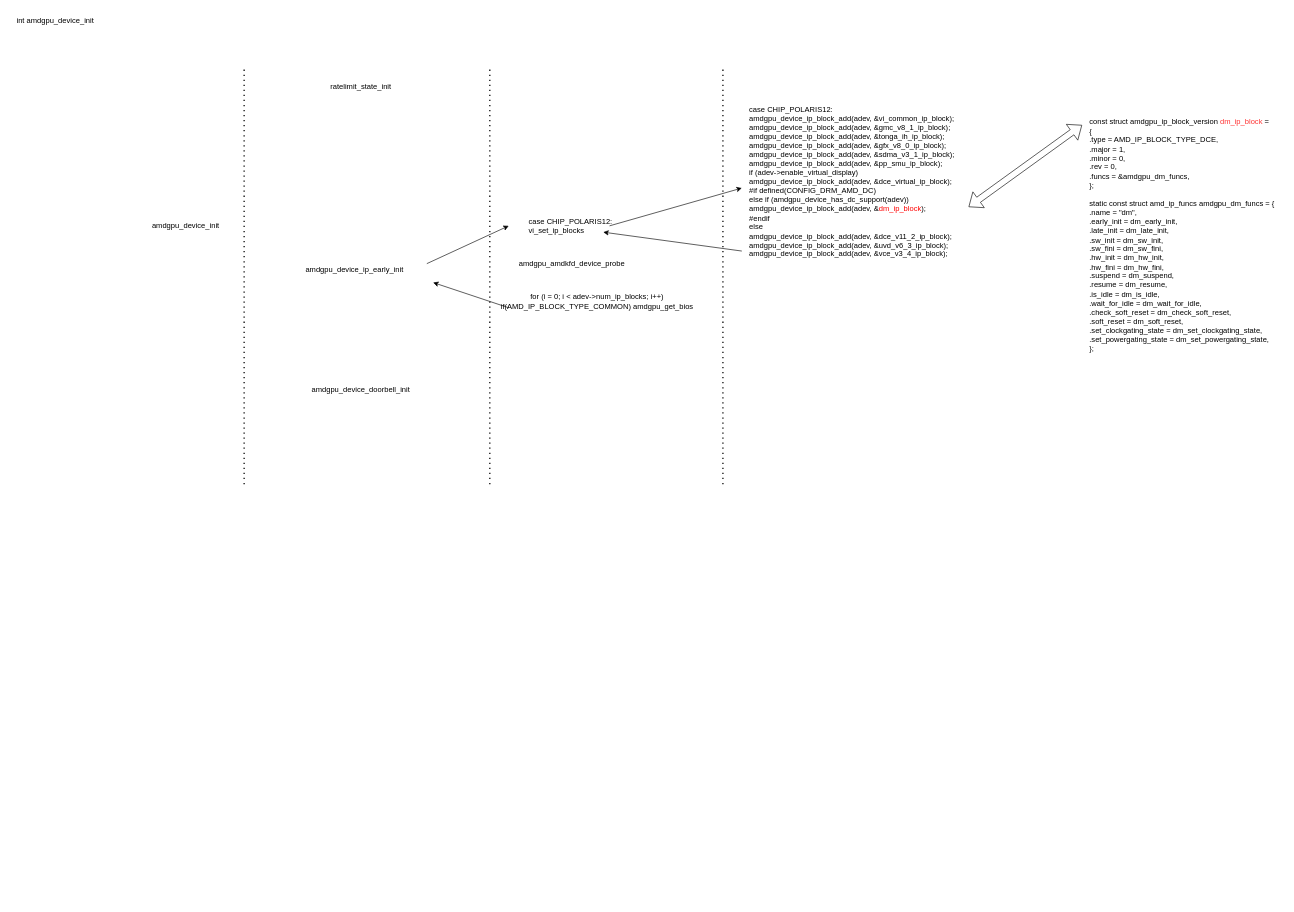
hongaoo/draw-io-files keeps this draw.io diagram as VGA compatible controller [0300]: Advanced Micro Devices, Inc. [AMD/ATI] Lexa PRO [Radeon 540/540X/550/550X / RX 540X/550/550X] [1002:699f] (rev c7).drawio. Above is the earlier version. Source tidied: cells renumbered, new cells numbered last; positions are measured from the earlier drawing's top-left corner, leaving out a move shared by most shapes. Both pictures are drawn from the tidied source at 63%, with x=0, y=0 at pixel (11, 14).
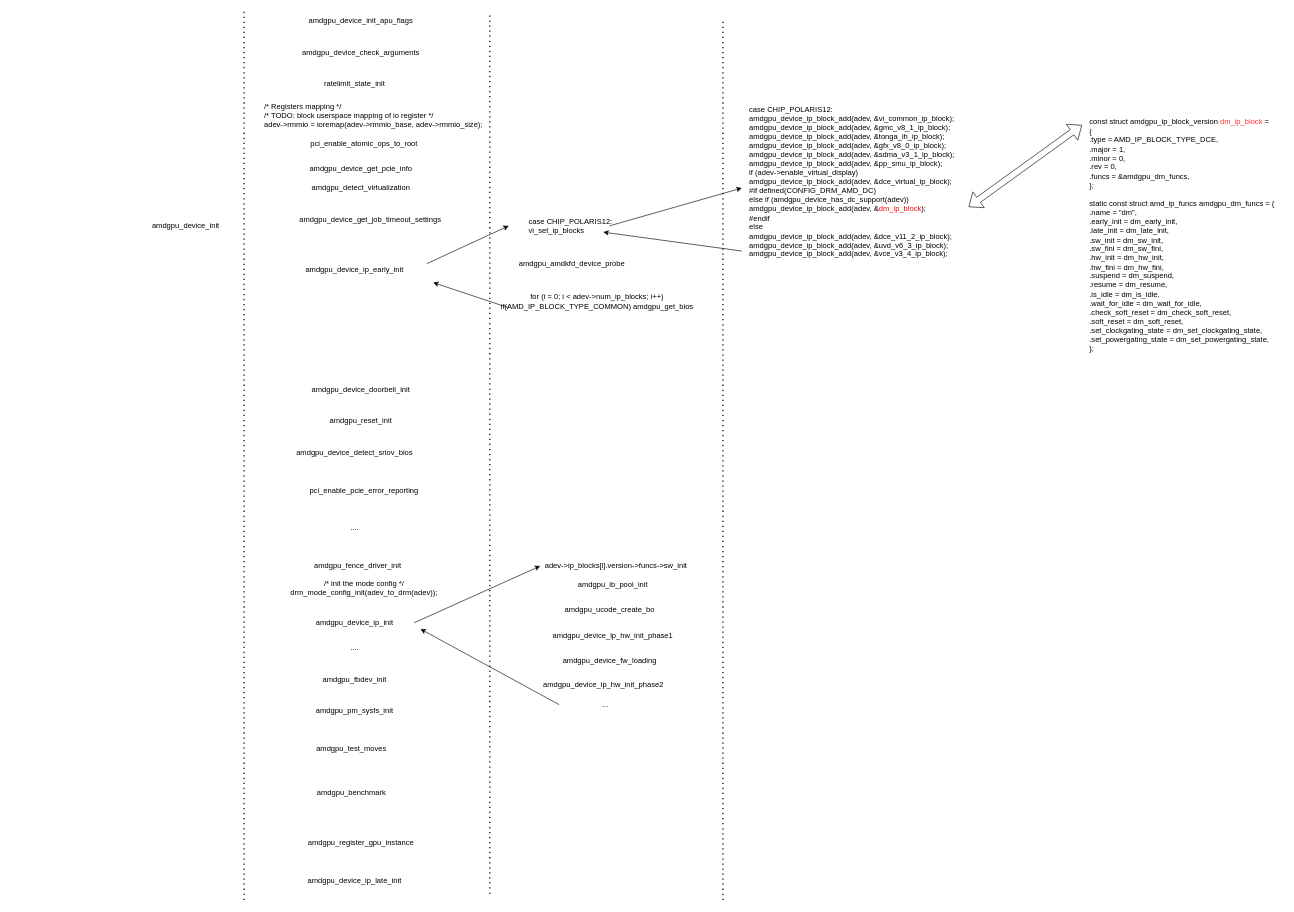
The same page after the edit.

Commit message (it also covers changes not shown here):
Update VGA compatible controller [0300]: Advanced Micro Devices, Inc. [AMD/ATI] Lexa PRO [Radeon 540/540X/550/550X / RX 540X/550/550X] [1002:699f] (rev c7).drawio

Diff of the diagram source:
```diff
@@
-    <mxCell id="2" value="int amdgpu_device_init" style="text;html=1;align=center;verticalAlign=middle;strokeColor=none;fillColor=none;" parent="1" vertex="1">
-      <mxGeometry width="140" height="20" as="geometry" />
-    </mxCell>
@@
     <mxCell id="5" value="ratelimit_state_init" style="text;html=1;align=center;verticalAlign=middle;strokeColor=none;fillColor=none;" parent="1" vertex="1">
-      <mxGeometry x="500" y="105" width="110" height="20" as="geometry" />
+      <mxGeometry x="490" y="100" width="110" height="20" as="geometry" />
     </mxCell>
@@
     <mxCell id="10" style="endArrow=none;dashed=1;html=1;dashPattern=1 3;strokeWidth=2;rounded=0;fontColor=#FF3333;" parent="1" edge="1">
       <mxGeometry relative="1" as="geometry">
-        <mxPoint x="370" y="745" as="sourcePoint" />
-        <mxPoint x="370" y="85" as="targetPoint" />
+        <mxPoint x="370" y="1405" as="sourcePoint" />
+        <mxPoint x="370" y="-5" as="targetPoint" />
       </mxGeometry>
     </mxCell>
     <mxCell id="11" style="endArrow=none;dashed=1;html=1;dashPattern=1 3;strokeWidth=2;rounded=0;fontColor=#FF3333;" parent="1" edge="1">
       <mxGeometry relative="1" as="geometry">
-        <mxPoint x="760" y="745" as="sourcePoint" />
-        <mxPoint x="760" y="85" as="targetPoint" />
+        <mxPoint x="760" y="1395" as="sourcePoint" />
+        <mxPoint x="760" y="-5" as="targetPoint" />
       </mxGeometry>
     </mxCell>
@@
     <mxCell id="19" style="endArrow=none;dashed=1;html=1;dashPattern=1 3;strokeWidth=2;rounded=0;fontColor=#FF3333;" parent="1" edge="1">
       <mxGeometry relative="1" as="geometry">
-        <mxPoint x="1130" y="745" as="sourcePoint" />
-        <mxPoint x="1130" y="85" as="targetPoint" />
+        <mxPoint x="1130" y="1405" as="sourcePoint" />
+        <mxPoint x="1130" y="5" as="targetPoint" />
       </mxGeometry>
     </mxCell>
+    <mxCell id="20" value="amdgpu_device_init_apu_flags" style="text;html=1;align=center;verticalAlign=middle;strokeColor=none;fillColor=none;fontColor=#000000;" parent="1" vertex="1">
+      <mxGeometry x="465" width="180" height="20" as="geometry" />
+    </mxCell>
+    <mxCell id="21" value="amdgpu_device_check_arguments" style="text;html=1;align=center;verticalAlign=middle;strokeColor=none;fillColor=none;fontColor=#000000;" parent="1" vertex="1">
+      <mxGeometry x="455" y="50" width="200" height="20" as="geometry" />
+    </mxCell>
+    <mxCell id="22" value="&lt;div&gt;&lt;span&gt; &lt;/span&gt;/* Registers mapping */&lt;/div&gt;&lt;div style=&quot;&quot;&gt;&lt;span&gt; &lt;/span&gt;/* TODO: block userspace mapping of io register */&lt;/div&gt;adev-&amp;gt;rmmio = ioremap(adev-&amp;gt;rmmio_base, adev-&amp;gt;rmmio_size);" style="text;html=1;align=left;verticalAlign=middle;strokeColor=none;fillColor=none;fontColor=#000000;" parent="1" vertex="1">
+      <mxGeometry x="400" y="135" width="360" height="50" as="geometry" />
+    </mxCell>
+    <mxCell id="23" value="pci_enable_atomic_ops_to_root" style="text;html=1;align=center;verticalAlign=middle;strokeColor=none;fillColor=none;fontColor=#000000;" parent="1" vertex="1">
+      <mxGeometry x="465" y="195" width="190" height="20" as="geometry" />
+    </mxCell>
+    <mxCell id="24" value="amdgpu_device_get_pcie_info" style="text;html=1;align=center;verticalAlign=middle;strokeColor=none;fillColor=none;fontColor=#000000;" parent="1" vertex="1">
+      <mxGeometry x="465" y="235" width="180" height="20" as="geometry" />
+    </mxCell>
+    <mxCell id="25" value="amdgpu_detect_virtualization" style="text;html=1;align=center;verticalAlign=middle;strokeColor=none;fillColor=none;fontColor=#000000;" parent="1" vertex="1">
+      <mxGeometry x="470" y="265" width="170" height="20" as="geometry" />
+    </mxCell>
+    <mxCell id="26" value="amdgpu_device_get_job_timeout_settings" style="text;html=1;align=center;verticalAlign=middle;strokeColor=none;fillColor=none;fontColor=#000000;" parent="1" vertex="1">
+      <mxGeometry x="450" y="315" width="240" height="20" as="geometry" />
+    </mxCell>
+    <mxCell id="27" value="amdgpu_reset_init" style="text;html=1;align=center;verticalAlign=middle;strokeColor=none;fillColor=none;fontColor=#000000;" parent="1" vertex="1">
+      <mxGeometry x="500" y="635" width="110" height="20" as="geometry" />
+    </mxCell>
+    <mxCell id="28" value="amdgpu_device_detect_sriov_bios" style="text;html=1;align=center;verticalAlign=middle;strokeColor=none;fillColor=none;fontColor=#000000;" parent="1" vertex="1">
+      <mxGeometry x="445" y="685" width="200" height="20" as="geometry" />
+    </mxCell>
+    <mxCell id="29" value="pci_enable_pcie_error_reporting" style="text;html=1;align=center;verticalAlign=middle;strokeColor=none;fillColor=none;fontColor=#000000;" parent="1" vertex="1">
+      <mxGeometry x="465" y="745" width="190" height="20" as="geometry" />
+    </mxCell>
+    <mxCell id="30" value="...." style="text;html=1;align=center;verticalAlign=middle;strokeColor=none;fillColor=none;fontColor=#000000;" parent="1" vertex="1">
+      <mxGeometry x="530" y="805" width="30" height="20" as="geometry" />
+    </mxCell>
+    <mxCell id="31" value="amdgpu_fence_driver_init" style="text;html=1;align=center;verticalAlign=middle;strokeColor=none;fillColor=none;fontColor=#000000;" parent="1" vertex="1">
+      <mxGeometry x="475" y="865" width="150" height="20" as="geometry" />
+    </mxCell>
+    <mxCell id="32" value="...." style="text;html=1;align=center;verticalAlign=middle;strokeColor=none;fillColor=none;fontColor=#000000;" parent="1" vertex="1">
+      <mxGeometry x="530" y="995" width="30" height="20" as="geometry" />
+    </mxCell>
+    <mxCell id="33" value="amdgpu_fbdev_init" style="text;html=1;align=center;verticalAlign=middle;strokeColor=none;fillColor=none;fontColor=#000000;" parent="1" vertex="1">
+      <mxGeometry x="485" y="1045" width="120" height="20" as="geometry" />
+    </mxCell>
+    <mxCell id="34" value="amdgpu_pm_sysfs_init" style="text;html=1;align=center;verticalAlign=middle;strokeColor=none;fillColor=none;fontColor=#000000;" parent="1" vertex="1">
+      <mxGeometry x="475" y="1095" width="140" height="20" as="geometry" />
+    </mxCell>
+    <mxCell id="35" value="&lt;div&gt;&lt;span&gt; &lt;/span&gt;/* init the mode config */&lt;/div&gt;&lt;div&gt;&lt;span&gt; &lt;/span&gt;drm_mode_config_init(adev_to_drm(adev));&lt;/div&gt;" style="text;html=1;align=center;verticalAlign=middle;strokeColor=none;fillColor=none;fontColor=#000000;" parent="1" vertex="1">
+      <mxGeometry x="435" y="895" width="250" height="30" as="geometry" />
+    </mxCell>
+    <mxCell id="36" value="amdgpu_device_ip_init" style="text;html=1;align=center;verticalAlign=middle;strokeColor=none;fillColor=none;fontColor=#000000;" parent="1" vertex="1">
+      <mxGeometry x="475" y="955" width="140" height="20" as="geometry" />
+    </mxCell>
+    <mxCell id="37" value="amdgpu_test_moves" style="text;html=1;align=center;verticalAlign=middle;strokeColor=none;fillColor=none;fontColor=#000000;" parent="1" vertex="1">
+      <mxGeometry x="475" y="1155" width="130" height="20" as="geometry" />
+    </mxCell>
+    <mxCell id="38" value="amdgpu_benchmark" style="text;html=1;align=center;verticalAlign=middle;strokeColor=none;fillColor=none;fontColor=#000000;" parent="1" vertex="1">
+      <mxGeometry x="480" y="1225" width="120" height="20" as="geometry" />
+    </mxCell>
+    <mxCell id="39" value="amdgpu_register_gpu_instance" style="text;html=1;align=center;verticalAlign=middle;strokeColor=none;fillColor=none;fontColor=#000000;" parent="1" vertex="1">
+      <mxGeometry x="465" y="1305" width="180" height="20" as="geometry" />
+    </mxCell>
+    <mxCell id="40" value="adev-&amp;gt;ip_blocks[i].version-&amp;gt;funcs-&amp;gt;sw_init" style="text;html=1;align=center;verticalAlign=middle;strokeColor=none;fillColor=none;fontColor=#000000;" parent="1" vertex="1">
+      <mxGeometry x="840" y="865" width="240" height="20" as="geometry" />
+    </mxCell>
+    <mxCell id="41" style="endArrow=classic;html=1;rounded=0;fontColor=#000000;" parent="1" edge="1">
+      <mxGeometry relative="1" as="geometry">
+        <mxPoint x="640" y="965" as="sourcePoint" />
+        <mxPoint x="840" y="875" as="targetPoint" />
+      </mxGeometry>
+    </mxCell>
+    <mxCell id="42" value="amdgpu_ib_pool_init" style="text;html=1;align=center;verticalAlign=middle;strokeColor=none;fillColor=none;fontColor=#000000;" parent="1" vertex="1">
+      <mxGeometry x="890" y="895" width="130" height="20" as="geometry" />
+    </mxCell>
+    <mxCell id="43" value="amdgpu_ucode_create_bo" style="text;html=1;align=center;verticalAlign=middle;strokeColor=none;fillColor=none;fontColor=#000000;" parent="1" vertex="1">
+      <mxGeometry x="870" y="935" width="160" height="20" as="geometry" />
+    </mxCell>
+    <mxCell id="44" value="amdgpu_device_ip_hw_init_phase1" style="text;html=1;align=center;verticalAlign=middle;strokeColor=none;fillColor=none;fontColor=#000000;" parent="1" vertex="1">
+      <mxGeometry x="850" y="975" width="210" height="20" as="geometry" />
+    </mxCell>
+    <mxCell id="45" value="amdgpu_device_fw_loading" style="text;html=1;align=center;verticalAlign=middle;strokeColor=none;fillColor=none;fontColor=#000000;" parent="1" vertex="1">
+      <mxGeometry x="870" y="1015" width="160" height="20" as="geometry" />
+    </mxCell>
+    <mxCell id="46" value="amdgpu_device_ip_hw_init_phase2" style="text;html=1;align=center;verticalAlign=middle;strokeColor=none;fillColor=none;fontColor=#000000;" parent="1" vertex="1">
+      <mxGeometry x="835" y="1054" width="210" height="20" as="geometry" />
+    </mxCell>
+    <mxCell id="47" value="..." style="text;html=1;align=center;verticalAlign=middle;strokeColor=none;fillColor=none;fontColor=#000000;" parent="1" vertex="1">
+      <mxGeometry x="928" y="1085" width="30" height="20" as="geometry" />
+    </mxCell>
+    <mxCell id="48" style="endArrow=classic;html=1;rounded=0;fontColor=#000000;" parent="1" edge="1">
+      <mxGeometry relative="1" as="geometry">
+        <mxPoint x="870" y="1095" as="sourcePoint" />
+        <mxPoint x="650" y="975" as="targetPoint" />
+      </mxGeometry>
+    </mxCell>
+    <mxCell id="49" value="amdgpu_device_ip_late_init" style="text;html=1;align=center;verticalAlign=middle;strokeColor=none;fillColor=none;fontColor=#000000;" parent="1" vertex="1">
+      <mxGeometry x="465" y="1365" width="160" height="20" as="geometry" />
+    </mxCell>
```
